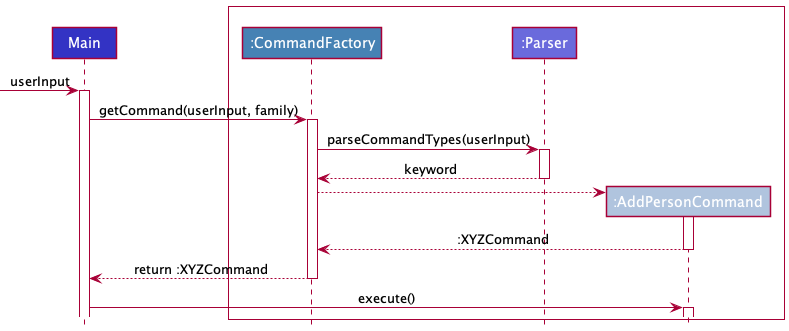
The PlantUML diagram docs/images/CommandFactorySequence4.png in nus-cs2113-AY2122S2/tp, before a commit. Source of this version:
```plantuml
@startuml
!include style.puml
participant Main LOGIC_COLOR_T1
Box " "#WHITE
    participant ":CommandFactory" as CommandFactory COMMAND_COLOR
    participant ":Parser" as Parser LOGIC_COLOR_T2
    participant ":AddPersonCommand" as XYZCommand COMMAND_COLOR_T2
end Box

-> Main: userInput
activate Main
Main -> CommandFactory: getCommand(userInput, family)
activate CommandFactory
CommandFactory -> Parser: parseCommandTypes(userInput)
activate Parser
Parser --> CommandFactory: keyword
deactivate Parser
create XYZCommand
CommandFactory --> XYZCommand
activate XYZCommand
XYZCommand --> CommandFactory: :XYZCommand
deactivate XYZCommand
CommandFactory --> Main: return :XYZCommand
deactivate CommandFactory
Main -> XYZCommand: execute()
activate XYZCommand
@enduml
```
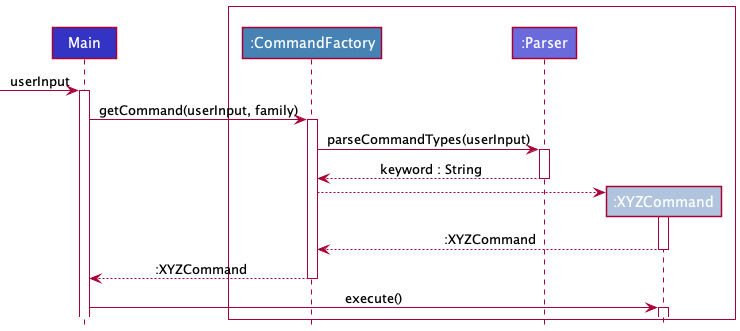
After the change.

The edit, as a diff of the source:
```diff
@@ -1,10 +1,13 @@
 @startuml
 !include style.puml
+skinparam ClassFontColor #000000
+skinparam ClassBorderColor #000000
+
 participant Main LOGIC_COLOR_T1
 Box " "#WHITE
     participant ":CommandFactory" as CommandFactory COMMAND_COLOR
     participant ":Parser" as Parser LOGIC_COLOR_T2
-    participant ":AddPersonCommand" as XYZCommand COMMAND_COLOR_T2
+    participant ":XYZCommand" as XYZCommand COMMAND_COLOR_T2
 end Box
 
 -> Main: userInput
@@ -13,14 +16,14 @@
 activate CommandFactory
 CommandFactory -> Parser: parseCommandTypes(userInput)
 activate Parser
-Parser --> CommandFactory: keyword
+Parser --> CommandFactory: keyword : String
 deactivate Parser
 create XYZCommand
 CommandFactory --> XYZCommand
 activate XYZCommand
 XYZCommand --> CommandFactory: :XYZCommand
 deactivate XYZCommand
-CommandFactory --> Main: return :XYZCommand
+CommandFactory --> Main: :XYZCommand
 deactivate CommandFactory
 Main -> XYZCommand: execute()
 activate XYZCommand
```
